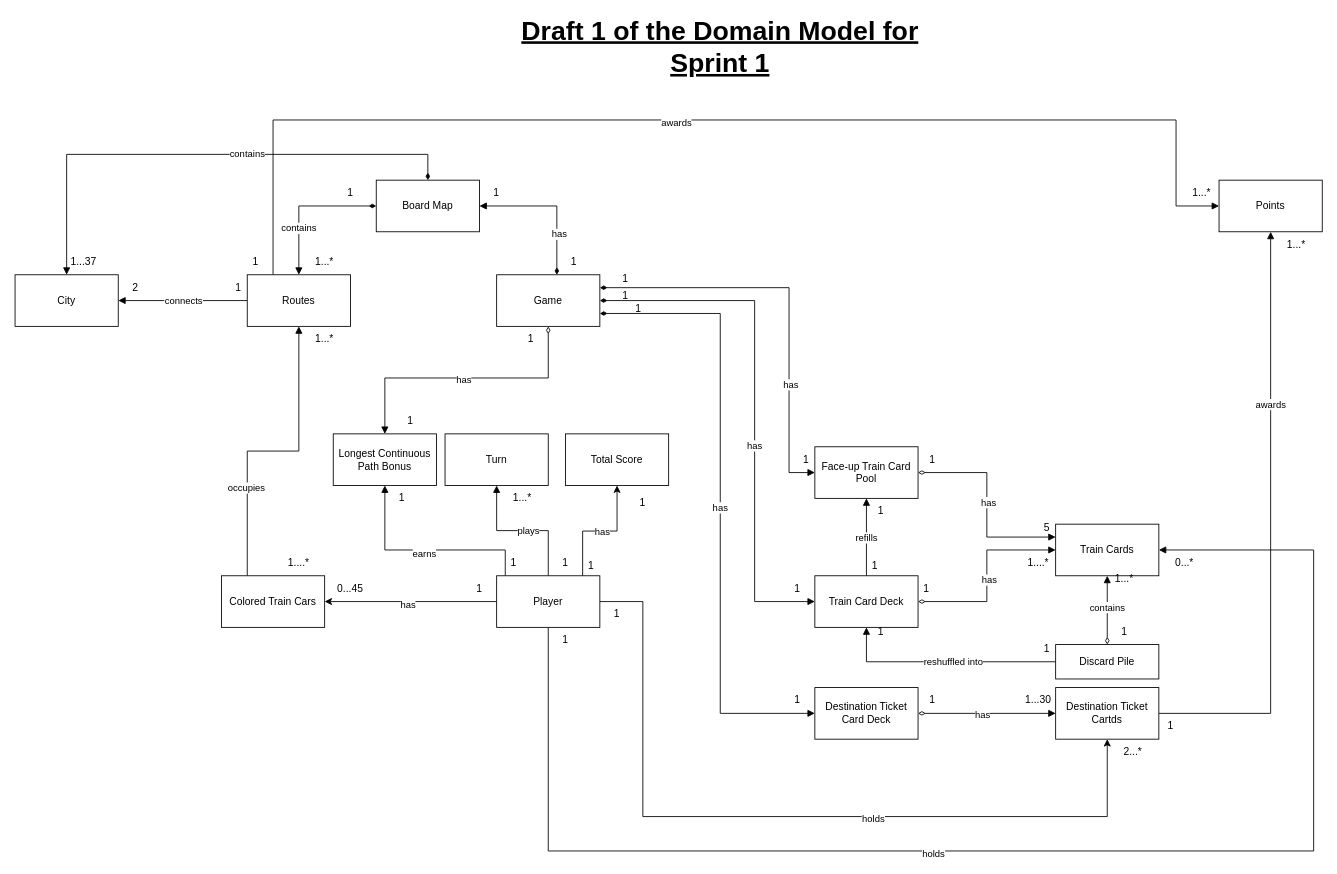
Earlier version of the draw.io diagram Sprint 1 Deliverables/Domain Model/Sprint_1_Domain_Model_Draft_1_.drawio (junhao0811/ticket-to-ride-london). Source tidied: cells renumbered, new cells numbered last; positions are measured from the earlier drawing's top-left corner, leaving out a move shared by most shapes. Both pictures are drawn from the tidied source at 86%, with x=0, y=0 at pixel (15, 34).
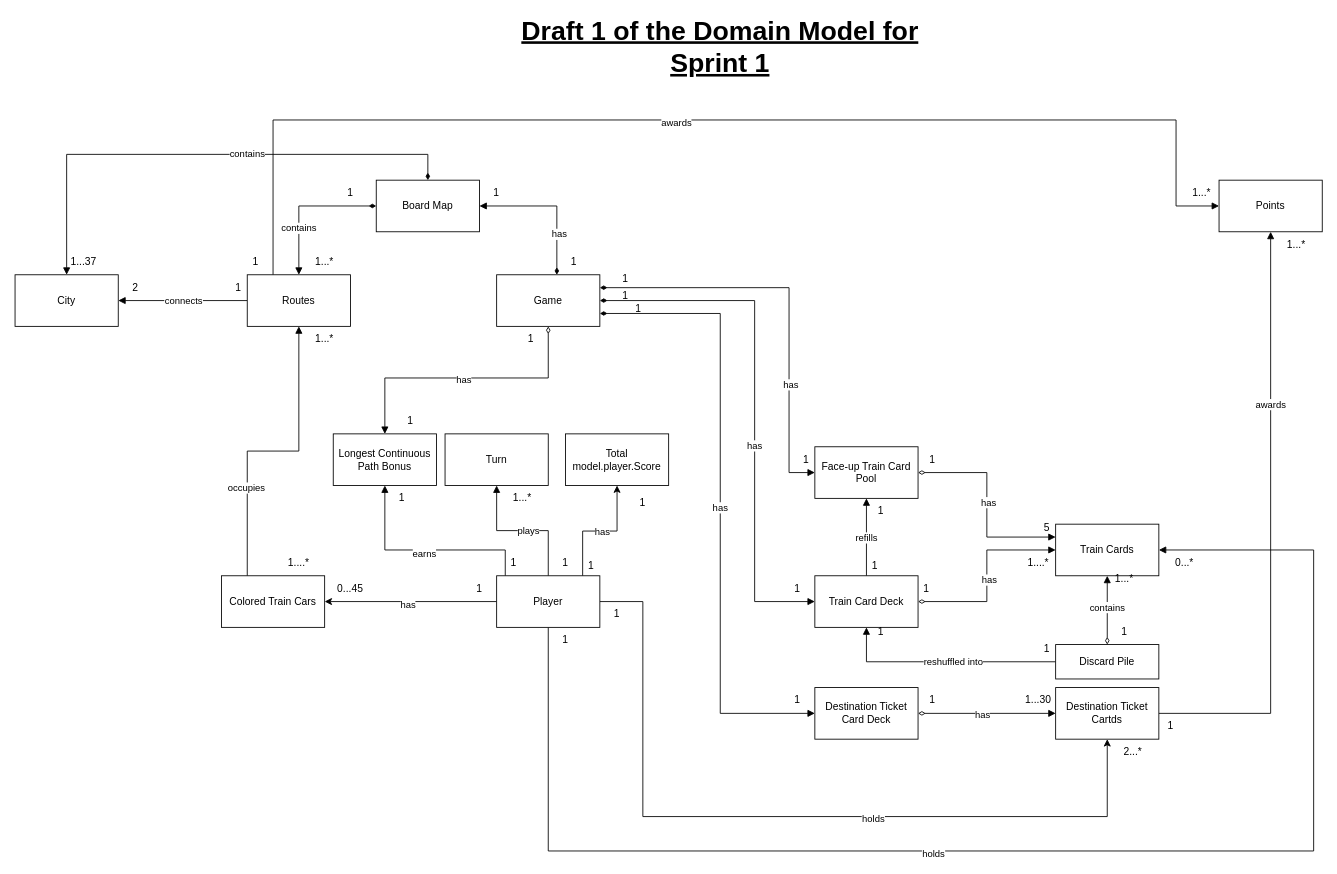
The same diagram, later.

Diff of the diagram source:
```diff
@@
-    <mxCell id="107" value="Total Score" style="rounded=0;whiteSpace=wrap;html=1;" parent="1" vertex="1">
+    <mxCell id="107" value="Total model.player.Score" style="rounded=0;whiteSpace=wrap;html=1;" parent="1" vertex="1">
       <mxGeometry x="640" y="465" width="120" height="60" as="geometry" />
     </mxCell>
```
